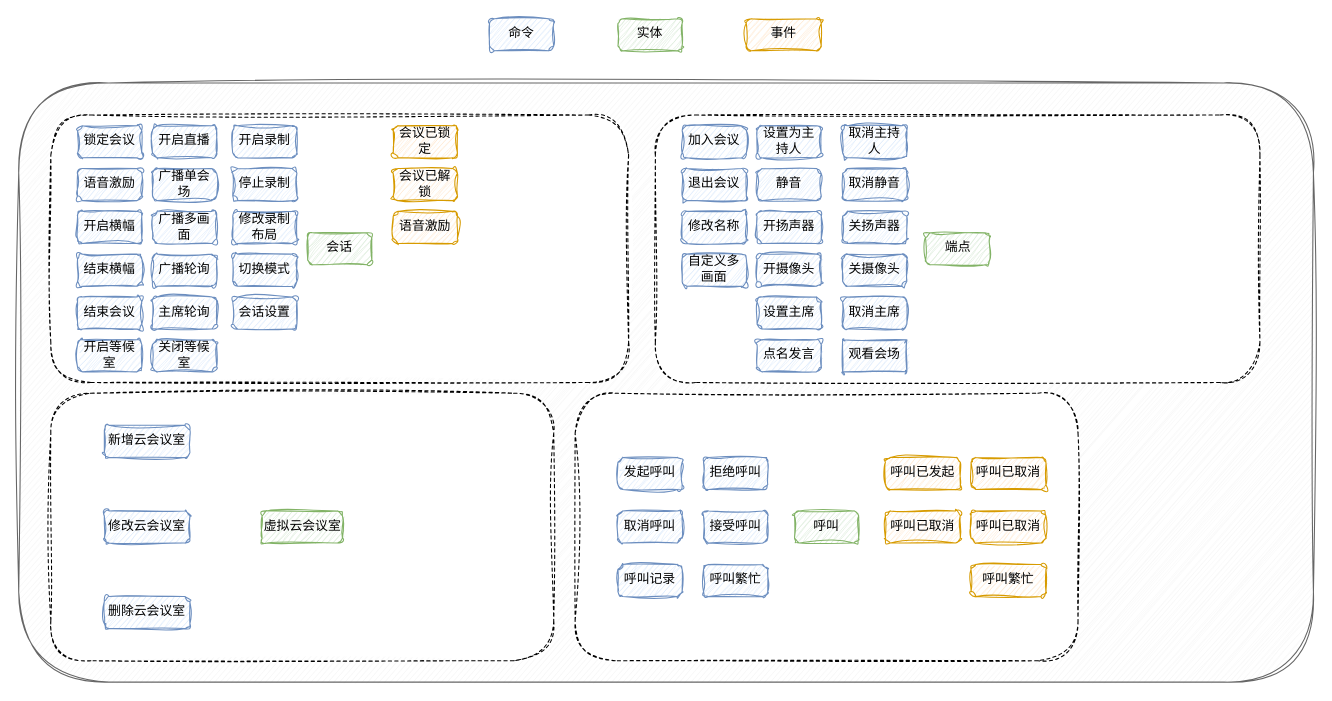
Above: rsc领域图.drawio in herozzn/draw (draw.io), before the change. Source tidied: cells renumbered, new cells numbered last; positions are measured from the earlier drawing's top-left corner, leaving out a move shared by most shapes. Both pictures are drawn from the tidied source at 107%, with x=0, y=0 at pixel (18, 18).
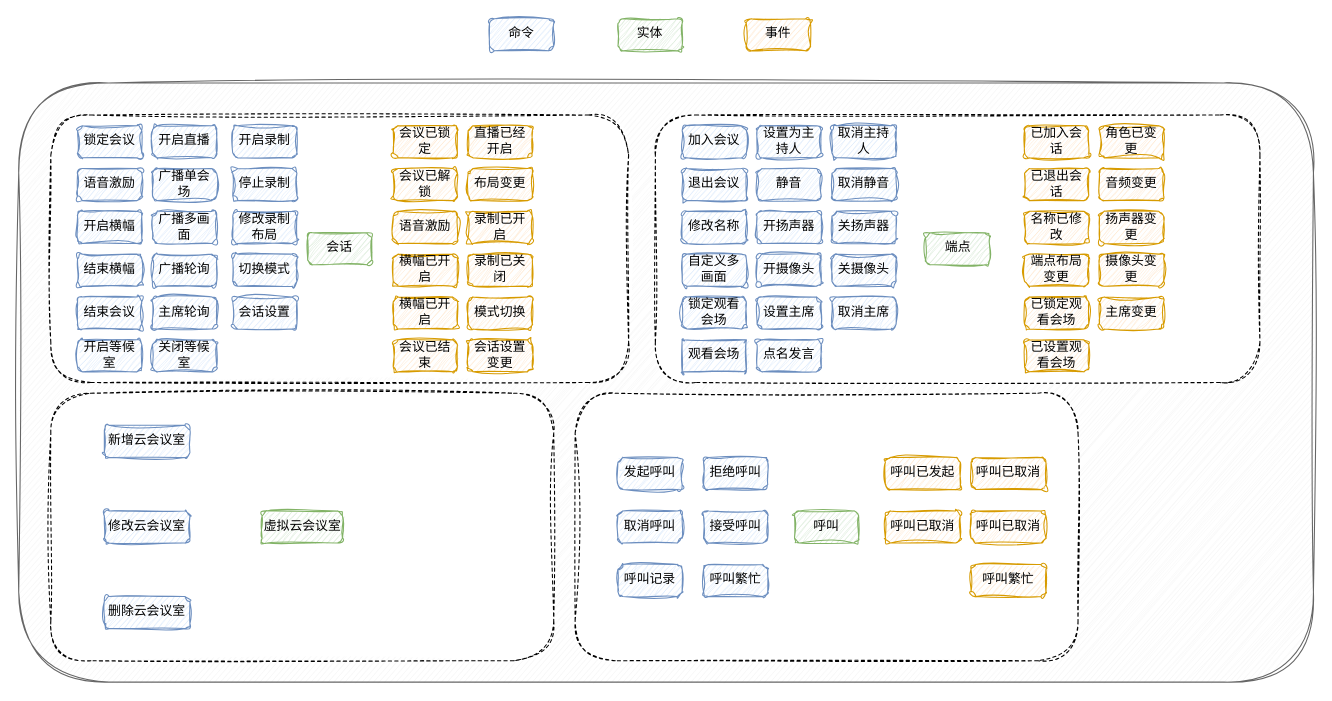
Above is the later version.

Commit message:
更新rsc领域图.drawio

Change to the diagram source:
```diff
@@
     <mxCell id="25" value="事件" style="rounded=1;whiteSpace=wrap;html=1;fontFamily=Comic Sans MS;fillColor=#ffe6cc;strokeColor=#d79b00;sketch=1;curveFitting=1;jiggle=2;" parent="1" vertex="1">
-      <mxGeometry x="680" width="70" height="30" as="geometry" />
+      <mxGeometry x="680" width="60" height="30" as="geometry" />
     </mxCell>
@@
     <mxCell id="27" value="取消静音" style="rounded=1;whiteSpace=wrap;html=1;fontFamily=Comic Sans MS;fillColor=#dae8fc;strokeColor=#6c8ebf;sketch=1;curveFitting=1;jiggle=2;" parent="1" vertex="1">
-      <mxGeometry x="770" y="140" width="60" height="30" as="geometry" />
+      <mxGeometry x="760" y="140" width="60" height="30" as="geometry" />
     </mxCell>
@@
     <mxCell id="29" value="关扬声器" style="rounded=1;whiteSpace=wrap;html=1;fontFamily=Comic Sans MS;fillColor=#dae8fc;strokeColor=#6c8ebf;sketch=1;curveFitting=1;jiggle=2;" parent="1" vertex="1">
-      <mxGeometry x="770" y="180" width="60" height="30" as="geometry" />
+      <mxGeometry x="760" y="180" width="60" height="30" as="geometry" />
     </mxCell>
@@
     <mxCell id="31" value="关摄像头" style="rounded=1;whiteSpace=wrap;html=1;fontFamily=Comic Sans MS;fillColor=#dae8fc;strokeColor=#6c8ebf;sketch=1;curveFitting=1;jiggle=2;" parent="1" vertex="1">
-      <mxGeometry x="770" y="220" width="60" height="30" as="geometry" />
+      <mxGeometry x="760" y="220" width="60" height="30" as="geometry" />
     </mxCell>
@@
     <mxCell id="39" value="取消主席" style="rounded=1;whiteSpace=wrap;html=1;fontFamily=Comic Sans MS;fillColor=#dae8fc;strokeColor=#6c8ebf;sketch=1;curveFitting=1;jiggle=2;" parent="1" vertex="1">
-      <mxGeometry x="770" y="260" width="60" height="30" as="geometry" />
+      <mxGeometry x="760" y="260" width="60" height="30" as="geometry" />
     </mxCell>
@@
     <mxCell id="41" value="观看会场" style="rounded=1;whiteSpace=wrap;html=1;fontFamily=Comic Sans MS;fillColor=#dae8fc;strokeColor=#6c8ebf;sketch=1;curveFitting=1;jiggle=2;arcSize=0;" parent="1" vertex="1">
-      <mxGeometry x="770" y="300" width="60" height="30" as="geometry" />
+      <mxGeometry x="620" y="300" width="60" height="30" as="geometry" />
     </mxCell>
@@
     <mxCell id="43" value="取消主持人" style="rounded=1;whiteSpace=wrap;html=1;fontFamily=Comic Sans MS;fillColor=#dae8fc;strokeColor=#6c8ebf;sketch=1;curveFitting=1;jiggle=2;" parent="1" vertex="1">
-      <mxGeometry x="770" y="100" width="60" height="30" as="geometry" />
+      <mxGeometry x="760" y="100" width="60" height="30" as="geometry" />
     </mxCell>
@@
+    <mxCell id="64" value="横幅已开启" style="rounded=1;whiteSpace=wrap;html=1;fontFamily=Comic Sans MS;fillColor=#ffe6cc;strokeColor=#d79b00;sketch=1;curveFitting=1;jiggle=2;" parent="1" vertex="1">
+      <mxGeometry x="350" y="220" width="60" height="30" as="geometry" />
+    </mxCell>
+    <mxCell id="65" value="横幅已开启" style="rounded=1;whiteSpace=wrap;html=1;fontFamily=Comic Sans MS;fillColor=#ffe6cc;strokeColor=#d79b00;sketch=1;curveFitting=1;jiggle=2;" parent="1" vertex="1">
+      <mxGeometry x="350" y="260" width="60" height="30" as="geometry" />
+    </mxCell>
+    <mxCell id="66" value="锁定观看会场" style="rounded=1;whiteSpace=wrap;html=1;fontFamily=Comic Sans MS;fillColor=#dae8fc;strokeColor=#6c8ebf;sketch=1;curveFitting=1;jiggle=2;" parent="1" vertex="1">
+      <mxGeometry x="620" y="260" width="60" height="30" as="geometry" />
+    </mxCell>
+    <mxCell id="67" value="会议已结束" style="rounded=1;whiteSpace=wrap;html=1;fontFamily=Comic Sans MS;fillColor=#ffe6cc;strokeColor=#d79b00;sketch=1;curveFitting=1;jiggle=2;" parent="1" vertex="1">
+      <mxGeometry x="350" y="300" width="60" height="30" as="geometry" />
+    </mxCell>
+    <mxCell id="68" value="直播已经开启" style="rounded=1;whiteSpace=wrap;html=1;fontFamily=Comic Sans MS;fillColor=#ffe6cc;strokeColor=#d79b00;sketch=1;curveFitting=1;jiggle=2;" parent="1" vertex="1">
+      <mxGeometry x="420" y="100" width="60" height="30" as="geometry" />
+    </mxCell>
+    <mxCell id="69" value="布局变更" style="rounded=1;whiteSpace=wrap;html=1;fontFamily=Comic Sans MS;fillColor=#ffe6cc;strokeColor=#d79b00;sketch=1;curveFitting=1;jiggle=2;" parent="1" vertex="1">
+      <mxGeometry x="420" y="140" width="60" height="30" as="geometry" />
+    </mxCell>
+    <mxCell id="70" value="录制已开启" style="rounded=1;whiteSpace=wrap;html=1;fontFamily=Comic Sans MS;fillColor=#ffe6cc;strokeColor=#d79b00;sketch=1;curveFitting=1;jiggle=2;" parent="1" vertex="1">
+      <mxGeometry x="420" y="180" width="60" height="30" as="geometry" />
+    </mxCell>
+    <mxCell id="71" value="录制已关闭" style="rounded=1;whiteSpace=wrap;html=1;fontFamily=Comic Sans MS;fillColor=#ffe6cc;strokeColor=#d79b00;sketch=1;curveFitting=1;jiggle=2;" parent="1" vertex="1">
+      <mxGeometry x="420" y="220" width="60" height="30" as="geometry" />
+    </mxCell>
+    <mxCell id="72" value="模式切换" style="rounded=1;whiteSpace=wrap;html=1;fontFamily=Comic Sans MS;fillColor=#ffe6cc;strokeColor=#d79b00;sketch=1;curveFitting=1;jiggle=2;" parent="1" vertex="1">
+      <mxGeometry x="420" y="260" width="60" height="30" as="geometry" />
+    </mxCell>
+    <mxCell id="73" value="会话设置变更" style="rounded=1;whiteSpace=wrap;html=1;fontFamily=Comic Sans MS;fillColor=#ffe6cc;strokeColor=#d79b00;sketch=1;curveFitting=1;jiggle=2;" parent="1" vertex="1">
+      <mxGeometry x="420" y="300" width="60" height="30" as="geometry" />
+    </mxCell>
+    <mxCell id="74" value="已加入会话" style="rounded=1;whiteSpace=wrap;html=1;fontFamily=Comic Sans MS;fillColor=#ffe6cc;strokeColor=#d79b00;sketch=1;curveFitting=1;jiggle=2;" parent="1" vertex="1">
+      <mxGeometry x="940" y="100" width="60" height="30" as="geometry" />
+    </mxCell>
+    <mxCell id="75" value="已退出会话" style="rounded=1;whiteSpace=wrap;html=1;fontFamily=Comic Sans MS;fillColor=#ffe6cc;strokeColor=#d79b00;sketch=1;curveFitting=1;jiggle=2;" parent="1" vertex="1">
+      <mxGeometry x="940" y="140" width="60" height="30" as="geometry" />
+    </mxCell>
+    <mxCell id="76" value="名称已修改" style="rounded=1;whiteSpace=wrap;html=1;fontFamily=Comic Sans MS;fillColor=#ffe6cc;strokeColor=#d79b00;sketch=1;curveFitting=1;jiggle=2;" parent="1" vertex="1">
+      <mxGeometry x="940" y="180" width="60" height="30" as="geometry" />
+    </mxCell>
+    <mxCell id="77" value="端点布局变更" style="rounded=1;whiteSpace=wrap;html=1;fontFamily=Comic Sans MS;fillColor=#ffe6cc;strokeColor=#d79b00;sketch=1;curveFitting=1;jiggle=2;" parent="1" vertex="1">
+      <mxGeometry x="940" y="220" width="60" height="30" as="geometry" />
+    </mxCell>
+    <mxCell id="78" value="已锁定观看会场" style="rounded=1;whiteSpace=wrap;html=1;fontFamily=Comic Sans MS;fillColor=#ffe6cc;strokeColor=#d79b00;sketch=1;curveFitting=1;jiggle=2;" parent="1" vertex="1">
+      <mxGeometry x="940" y="260" width="60" height="30" as="geometry" />
+    </mxCell>
+    <mxCell id="79" value="已设置观看会场" style="rounded=1;whiteSpace=wrap;html=1;fontFamily=Comic Sans MS;fillColor=#ffe6cc;strokeColor=#d79b00;sketch=1;curveFitting=1;jiggle=2;" parent="1" vertex="1">
+      <mxGeometry x="940" y="300" width="60" height="30" as="geometry" />
+    </mxCell>
+    <mxCell id="80" value="角色已变更" style="rounded=1;whiteSpace=wrap;html=1;fontFamily=Comic Sans MS;fillColor=#ffe6cc;strokeColor=#d79b00;sketch=1;curveFitting=1;jiggle=2;" parent="1" vertex="1">
+      <mxGeometry x="1010" y="100" width="60" height="30" as="geometry" />
+    </mxCell>
+    <mxCell id="81" value="音频变更" style="rounded=1;whiteSpace=wrap;html=1;fontFamily=Comic Sans MS;fillColor=#ffe6cc;strokeColor=#d79b00;sketch=1;curveFitting=1;jiggle=2;" parent="1" vertex="1">
+      <mxGeometry x="1010" y="140" width="60" height="30" as="geometry" />
+    </mxCell>
+    <mxCell id="82" value="扬声器变更" style="rounded=1;whiteSpace=wrap;html=1;fontFamily=Comic Sans MS;fillColor=#ffe6cc;strokeColor=#d79b00;sketch=1;curveFitting=1;jiggle=2;" parent="1" vertex="1">
+      <mxGeometry x="1010" y="180" width="60" height="30" as="geometry" />
+    </mxCell>
+    <mxCell id="83" value="摄像头变更" style="rounded=1;whiteSpace=wrap;html=1;fontFamily=Comic Sans MS;fillColor=#ffe6cc;strokeColor=#d79b00;sketch=1;curveFitting=1;jiggle=2;" parent="1" vertex="1">
+      <mxGeometry x="1010" y="220" width="60" height="30" as="geometry" />
+    </mxCell>
+    <mxCell id="84" value="主席变更" style="rounded=1;whiteSpace=wrap;html=1;fontFamily=Comic Sans MS;fillColor=#ffe6cc;strokeColor=#d79b00;sketch=1;curveFitting=1;jiggle=2;" parent="1" vertex="1">
+      <mxGeometry x="1010" y="260" width="60" height="30" as="geometry" />
+    </mxCell>
```
